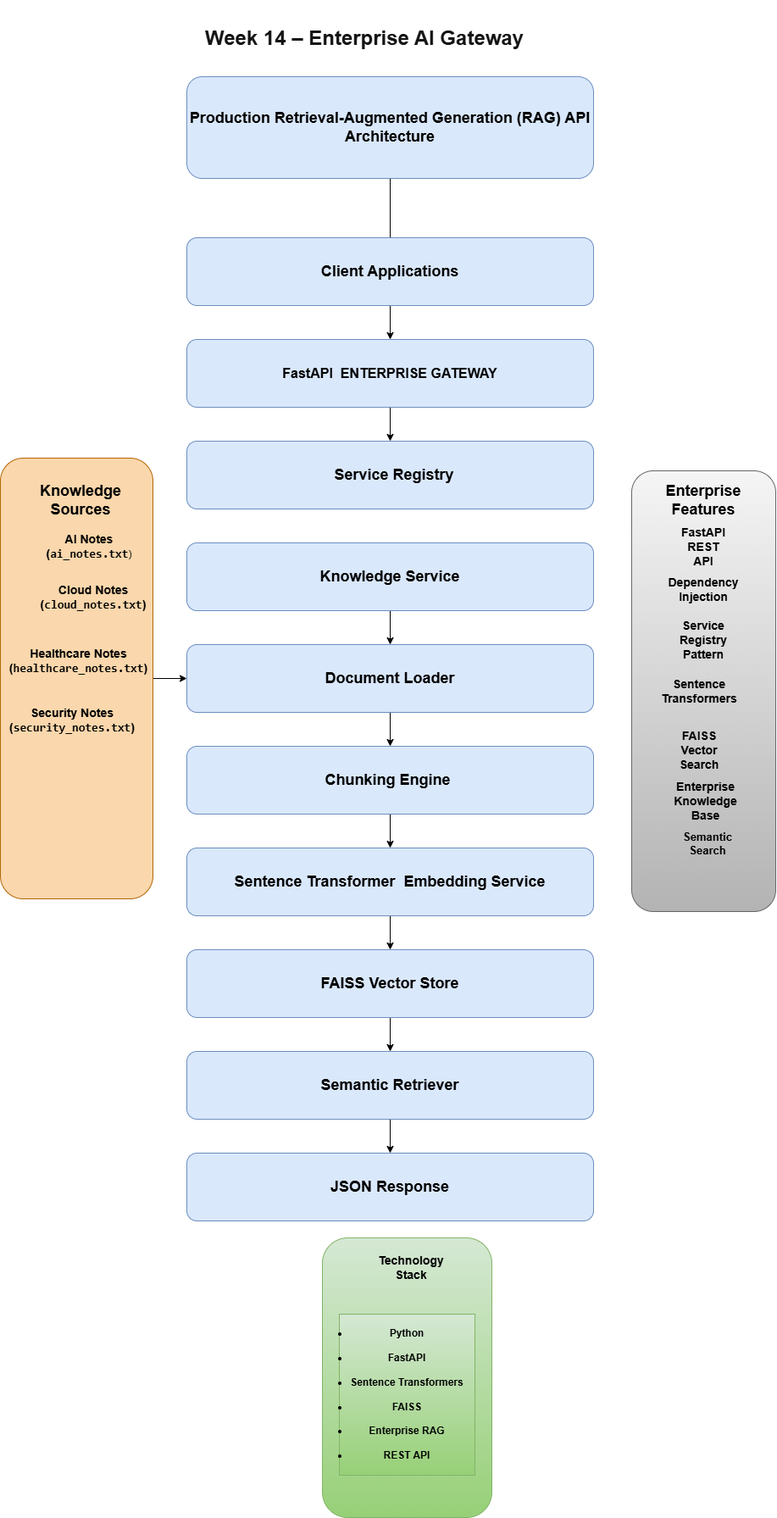
This is week14-enterprise-ai-gateway/docs/week14-enterprise-ai-gateway-architecture.png from mnzirain/ai-engineer-journey, a draw.io export, as it was before one commit. Source tidied: cells renumbered, new cells last; positions are measured from the earlier drawing's top-left corner, leaving out a move shared by most shapes.
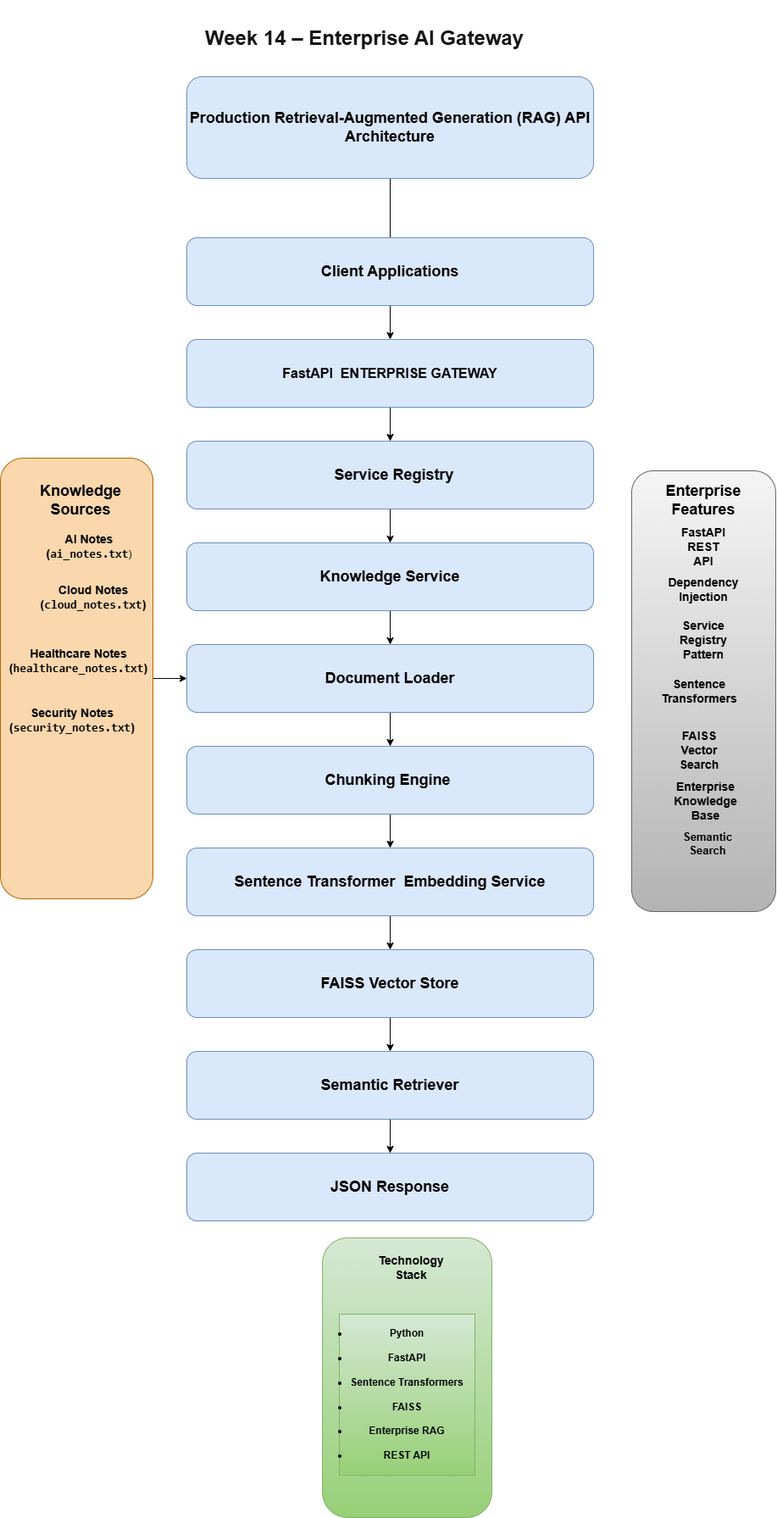
After the change.

Commit message:
Week 14: Enterprise AI Gateway with FastAPI, semantic retrieval, testing, and architecture documentation

Diff of the diagram source:
```diff
@@ -23,6 +23,9 @@
     <mxCell id="8" value="&lt;b&gt;&lt;font style=&quot;font-size: 16px;&quot;&gt;FastAPI&amp;nbsp; ENTERPRISE GATEWAY&lt;/font&gt;&lt;/b&gt;" style="rounded=1;whiteSpace=wrap;html=1;fillColor=#dae8fc;strokeColor=#6c8ebf;" parent="1" vertex="1">
       <mxGeometry x="220" y="400" width="480" height="80" as="geometry" />
     </mxCell>
+    <mxCell id="44" style="edgeStyle=orthogonalEdgeStyle;rounded=0;jettySize=auto;html=1;" parent="1" edge="1" source="9" target="11">
+      <mxGeometry relative="1" as="geometry" />
+    </mxCell>
     <mxCell id="9" style="rounded=1;whiteSpace=wrap;html=1;fillColor=#dae8fc;strokeColor=#6c8ebf;" parent="1" vertex="1">
       <mxGeometry x="220" y="520" width="480" height="80" as="geometry" />
     </mxCell>
```
